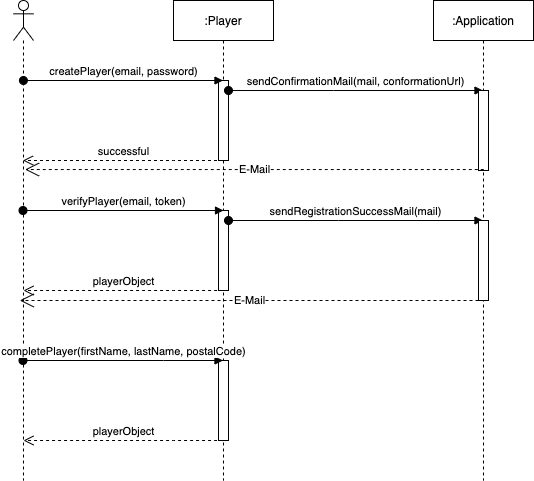
Skanky0815/playtime keeps this draw.io diagram as doku/6_1_registration.drawio.png. Above is the earlier version. Source tidied: cells renumbered, new cells last; positions are measured from the earlier drawing's top-left corner, leaving out a move shared by most shapes.
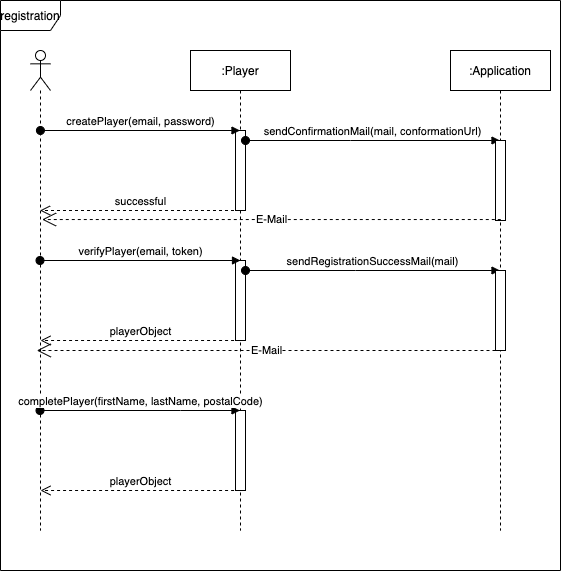
Later version of the same file.

The edit, as a diff of the source:
```diff
@@ -94,5 +94,8 @@
         <mxPoint x="6.3" y="300" as="targetPoint" />
       </mxGeometry>
     </mxCell>
+    <mxCell id="20" value="registration" style="shape=umlFrame;whiteSpace=wrap;html=1;sketch=0;shadow=0;perimeterSpacing=0;" parent="1" vertex="1">
+      <mxGeometry x="-30" y="-50" width="560" height="570" as="geometry" />
+    </mxCell>
   </root>
 </mxGraphModel>
```
